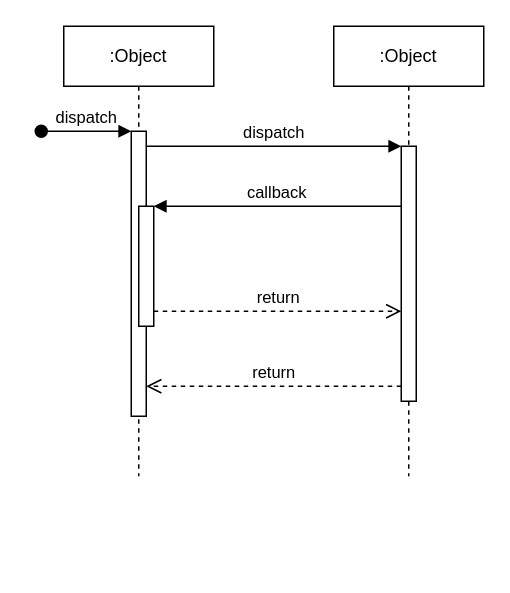
Above: Diagrama sem nome.drawio in Claudinei-RDC/Ti (draw.io), before the change. Source tidied: cells renumbered, new cells numbered last; positions are measured from the earlier drawing's top-left corner, leaving out a move shared by most shapes. Both pictures are drawn from the tidied source at 150%, with x=0, y=0 at pixel (40, 26).
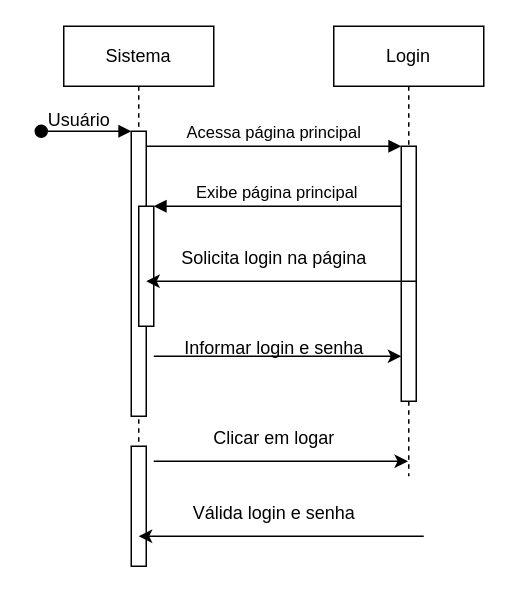
The same diagram, later.

Unchanged cells that the change refers to:
```xml
<mxCell id="3" style="html=1;points=[];perimeter=orthogonalPerimeter;outlineConnect=0;targetShapes=umlLifeline;portConstraint=eastwest;newEdgeStyle={&quot;edgeStyle&quot;:&quot;elbowEdgeStyle&quot;,&quot;elbow&quot;:&quot;vertical&quot;,&quot;curved&quot;:0,&quot;rounded&quot;:0};" parent="2" vertex="1">
  <mxGeometry x="45" y="70" width="10" height="190" as="geometry" />
</mxCell>
<mxCell id="5" style="html=1;points=[];perimeter=orthogonalPerimeter;outlineConnect=0;targetShapes=umlLifeline;portConstraint=eastwest;newEdgeStyle={&quot;edgeStyle&quot;:&quot;elbowEdgeStyle&quot;,&quot;elbow&quot;:&quot;vertical&quot;,&quot;curved&quot;:0,&quot;rounded&quot;:0};" parent="2" vertex="1">
  <mxGeometry x="50" y="120" width="10" height="80" as="geometry" />
</mxCell>
<mxCell id="7" style="html=1;points=[];perimeter=orthogonalPerimeter;outlineConnect=0;targetShapes=umlLifeline;portConstraint=eastwest;newEdgeStyle={&quot;edgeStyle&quot;:&quot;elbowEdgeStyle&quot;,&quot;elbow&quot;:&quot;vertical&quot;,&quot;curved&quot;:0,&quot;rounded&quot;:0};" parent="6" vertex="1">
  <mxGeometry x="45" y="80" width="10" height="170" as="geometry" />
</mxCell>
```

The edit, as a diff of the source:
```diff
@@
-    <mxCell id="2" value=":Object" style="shape=umlLifeline;perimeter=lifelinePerimeter;whiteSpace=wrap;html=1;newEdgeStyle={&quot;edgeStyle&quot;:&quot;elbowEdgeStyle&quot;,&quot;elbow&quot;:&quot;vertical&quot;,&quot;curved&quot;:0,&quot;rounded&quot;:0};" parent="1" vertex="1">
+    <mxCell id="2" value="Sistema" style="shape=umlLifeline;perimeter=lifelinePerimeter;whiteSpace=wrap;html=1;newEdgeStyle={&quot;edgeStyle&quot;:&quot;elbowEdgeStyle&quot;,&quot;elbow&quot;:&quot;vertical&quot;,&quot;curved&quot;:0,&quot;rounded&quot;:0};" parent="1" vertex="1">
       <mxGeometry x="15" width="100" height="300" as="geometry" />
     </mxCell>
@@
-    <mxCell id="4" value="dispatch" style="html=1;verticalAlign=bottom;startArrow=oval;endArrow=block;startSize=8;edgeStyle=elbowEdgeStyle;elbow=vertical;curved=0;rounded=0;" parent="2" edge="1" target="3">
+    <mxCell id="4" style="html=1;verticalAlign=bottom;startArrow=oval;endArrow=block;startSize=8;edgeStyle=elbowEdgeStyle;elbow=vertical;curved=0;rounded=0;" parent="2" edge="1" target="3">
       <mxGeometry relative="1" as="geometry">
         <mxPoint x="-15" y="70" as="sourcePoint" />
       </mxGeometry>
     </mxCell>
@@
-    <mxCell id="6" value=":Object" style="shape=umlLifeline;perimeter=lifelinePerimeter;whiteSpace=wrap;html=1;outlineConnect=0;portConstraint=eastwest;newEdgeStyle={&quot;edgeStyle&quot;:&quot;elbowEdgeStyle&quot;,&quot;elbow&quot;:&quot;vertical&quot;,&quot;curved&quot;:0,&quot;rounded&quot;:0};" parent="1" vertex="1">
+    <mxCell id="6" value="Login" style="shape=umlLifeline;perimeter=lifelinePerimeter;whiteSpace=wrap;html=1;outlineConnect=0;portConstraint=eastwest;newEdgeStyle={&quot;edgeStyle&quot;:&quot;elbowEdgeStyle&quot;,&quot;elbow&quot;:&quot;vertical&quot;,&quot;curved&quot;:0,&quot;rounded&quot;:0};" parent="1" vertex="1">
       <mxGeometry x="195" width="100" height="300" as="geometry" />
     </mxCell>
@@
-    <mxCell id="8" value="dispatch" style="html=1;verticalAlign=bottom;endArrow=block;edgeStyle=elbowEdgeStyle;elbow=vertical;curved=0;rounded=0;" parent="1" edge="1" source="3" target="7">
+    <mxCell id="8" value="Acessa página principal" style="html=1;verticalAlign=bottom;endArrow=block;edgeStyle=elbowEdgeStyle;elbow=vertical;curved=0;rounded=0;" parent="1" edge="1" source="3" target="7">
       <mxGeometry relative="1" as="geometry">
         <Array as="points">
           <mxPoint x="155" y="80" />
         </Array>
       </mxGeometry>
     </mxCell>
-    <mxCell id="9" value="return" style="html=1;verticalAlign=bottom;endArrow=open;dashed=1;endSize=8;edgeStyle=elbowEdgeStyle;elbow=vertical;curved=0;rounded=0;" parent="1" edge="1" source="7" target="3">
-      <mxGeometry relative="1" as="geometry">
-        <Array as="points">
-          <mxPoint x="165" y="240" />
-        </Array>
-      </mxGeometry>
-    </mxCell>
-    <mxCell id="10" value="callback" style="html=1;verticalAlign=bottom;endArrow=block;edgeStyle=elbowEdgeStyle;elbow=vertical;curved=0;rounded=0;" parent="1" edge="1" source="7" target="5">
+    <mxCell id="10" value="Exibe página principal" style="html=1;verticalAlign=bottom;endArrow=block;edgeStyle=elbowEdgeStyle;elbow=horizontal;curved=0;rounded=0;" parent="1" edge="1" source="7" target="5">
       <mxGeometry relative="1" as="geometry">
         <Array as="points">
           <mxPoint x="165" y="120" />
         </Array>
       </mxGeometry>
     </mxCell>
-    <mxCell id="11" value="return" style="html=1;verticalAlign=bottom;endArrow=open;dashed=1;endSize=8;edgeStyle=elbowEdgeStyle;elbow=vertical;curved=0;rounded=0;" parent="1" edge="1" source="5" target="7">
-      <mxGeometry relative="1" as="geometry">
-        <Array as="points">
-          <mxPoint x="155" y="190" />
-        </Array>
-      </mxGeometry>
-    </mxCell>
+    <mxCell id="12" value="Usuário" style="text;html=1;align=center;verticalAlign=middle;strokeColor=none;fillColor=none;" parent="1" vertex="1">
+      <mxGeometry x="-5" y="48" width="60" height="30" as="geometry" />
+    </mxCell>
+    <mxCell id="13" style="html=1;perimeter=orthogonalPerimeter;targetShapes=umlLifeline;newEdgeStyle={&quot;edgeStyle&quot;:&quot;elbowEdgeStyle&quot;,&quot;elbow&quot;:&quot;vertical&quot;,&quot;curved&quot;:0,&quot;rounded&quot;:0};" parent="1" vertex="1">
+      <mxGeometry x="60" y="280" width="10" height="80" as="geometry" />
+    </mxCell>
+    <mxCell id="14" style="endArrow=classic;html=1;rounded=0;" parent="1" edge="1" target="6">
+      <mxGeometry relative="1" as="geometry">
+        <mxPoint x="75" y="290" as="sourcePoint" />
+      </mxGeometry>
+    </mxCell>
+    <mxCell id="15" value="Clicar em logar" style="text;html=1;align=center;verticalAlign=middle;strokeColor=none;fillColor=none;" parent="1" vertex="1">
+      <mxGeometry x="105" y="260" width="100" height="30" as="geometry" />
+    </mxCell>
+    <mxCell id="16" value="Solicita login na página" style="text;html=1;align=center;verticalAlign=middle;strokeColor=none;fillColor=none;" parent="1" vertex="1">
+      <mxGeometry x="80" y="140" width="150" height="30" as="geometry" />
+    </mxCell>
+    <mxCell id="17" value="Informar login e senha" style="text;html=1;align=center;verticalAlign=middle;strokeColor=none;fillColor=none;" parent="1" vertex="1">
+      <mxGeometry x="85" y="200" width="140" height="30" as="geometry" />
+    </mxCell>
+    <mxCell id="18" style="endArrow=classic;html=1;rounded=0;" parent="1" edge="1" target="7">
+      <mxGeometry relative="1" as="geometry">
+        <mxPoint x="75" y="220" as="sourcePoint" />
+      </mxGeometry>
+    </mxCell>
+    <mxCell id="19" style="endArrow=classic;html=1;rounded=0;" parent="1" edge="1">
+      <mxGeometry relative="1" as="geometry">
+        <mxPoint x="250" y="170" as="sourcePoint" />
+        <mxPoint x="70" y="170" as="targetPoint" />
+      </mxGeometry>
+    </mxCell>
+    <mxCell id="20" style="endArrow=classic;html=1;rounded=0;" parent="1" edge="1">
+      <mxGeometry relative="1" as="geometry">
+        <mxPoint x="255" y="340" as="sourcePoint" />
+        <mxPoint x="65" y="340" as="targetPoint" />
+      </mxGeometry>
+    </mxCell>
+    <mxCell id="21" value="Válida login e senha" style="text;html=1;align=center;verticalAlign=middle;strokeColor=none;fillColor=none;" parent="1" vertex="1">
+      <mxGeometry x="90" y="310" width="130" height="30" as="geometry" />
+    </mxCell>
```
